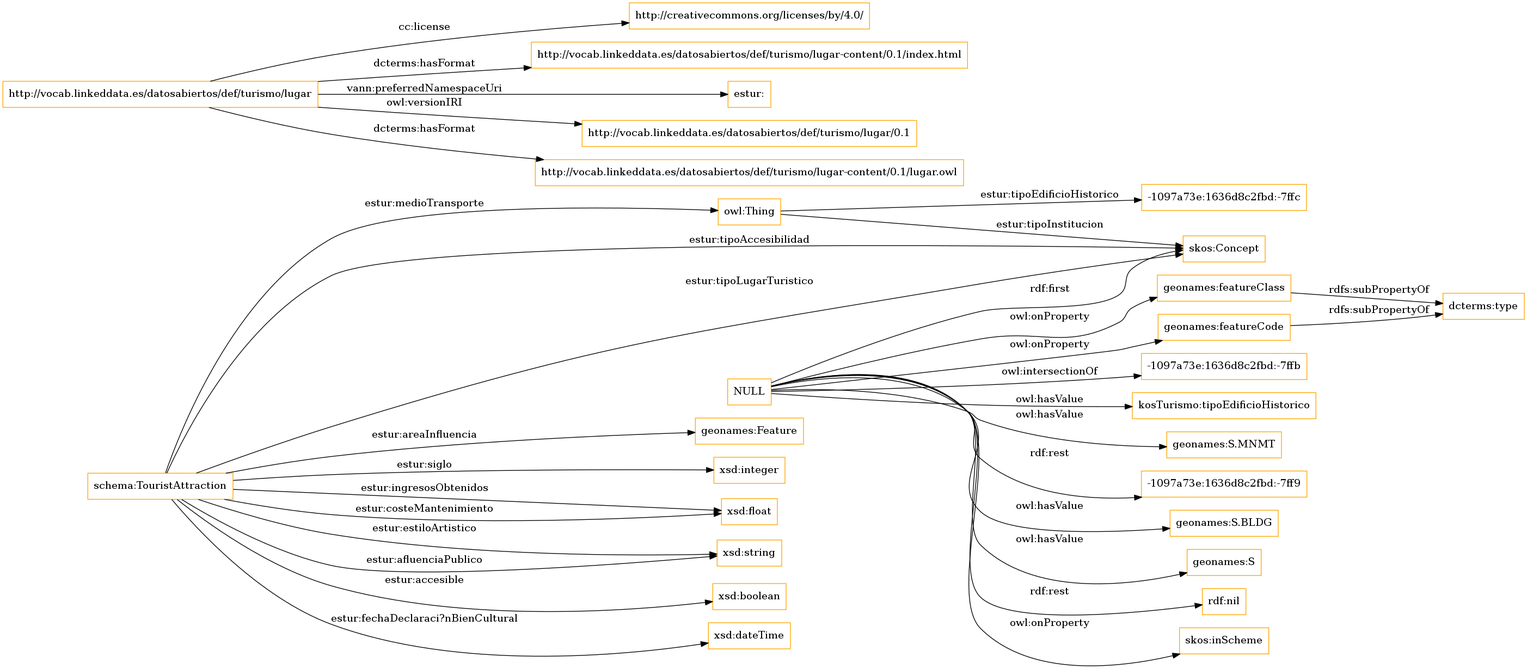
ma-garcia/cultura-ocio-lugares-interes keeps this Graphviz diagram as OnToology/lugar.owl/diagrams/ar2dtool-class/lugar.owl.png. Above is the earlier version. Its source is kept beside it as OnToology/lugar.owl/diagrams/ar2dtool-class/lugar.owl.png.dot.
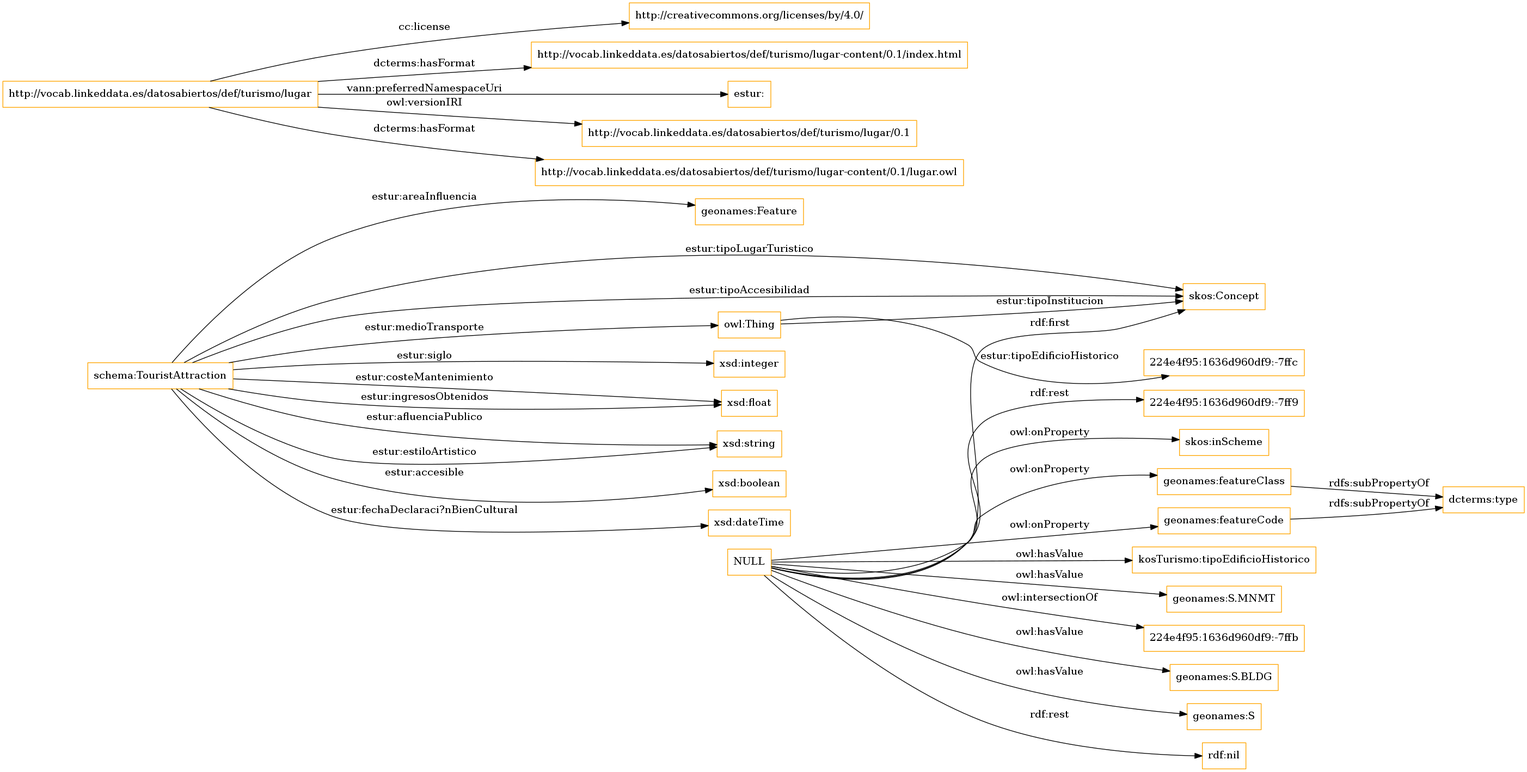
Later version of the same file.

Diff of the diagram source:
```diff
@@ -1,7 +1,7 @@
 digraph ar2dtool_diagram {
 rankdir=LR;
 size="1501"
-node [shape = rectangle, color="orange"]; "-1097a73e:1636d8c2fbd:-7ffc" "geonames:Feature" "schema:TouristAttraction" "skos:Concept" ; /*classes style*/
+node [shape = rectangle, color="orange"]; "geonames:Feature" "schema:TouristAttraction" "skos:Concept" "224e4f95:1636d960df9:-7ffc" ; /*classes style*/
 	"http://vocab.linkeddata.es/datosabiertos/def/turismo/lugar" -> "http://creativecommons.org/licenses/by/4.0/" [ label = "cc:license" ];
 	"http://vocab.linkeddata.es/datosabiertos/def/turismo/lugar" -> "http://vocab.linkeddata.es/datosabiertos/def/turismo/lugar-content/0.1/index.html" [ label = "dcterms:hasFormat" ];
 	"http://vocab.linkeddata.es/datosabiertos/def/turismo/lugar" -> "estur:" [ label = "vann:preferredNamespaceUri" ];
@@ -9,19 +9,19 @@
 	"http://vocab.linkeddata.es/datosabiertos/def/turismo/lugar" -> "http://vocab.linkeddata.es/datosabiertos/def/turismo/lugar-content/0.1/lugar.owl" [ label = "dcterms:hasFormat" ];
 	"geonames:featureClass" -> "dcterms:type" [ label = "rdfs:subPropertyOf" ];
 	"NULL" -> "geonames:featureCode" [ label = "owl:onProperty" ];
-	"NULL" -> "-1097a73e:1636d8c2fbd:-7ffb" [ label = "owl:intersectionOf" ];
 	"NULL" -> "kosTurismo:tipoEdificioHistorico" [ label = "owl:hasValue" ];
 	"NULL" -> "geonames:S.MNMT" [ label = "owl:hasValue" ];
-	"NULL" -> "-1097a73e:1636d8c2fbd:-7ff9" [ label = "rdf:rest" ];
 	"NULL" -> "skos:Concept" [ label = "rdf:first" ];
+	"NULL" -> "224e4f95:1636d960df9:-7ffb" [ label = "owl:intersectionOf" ];
 	"NULL" -> "geonames:S.BLDG" [ label = "owl:hasValue" ];
 	"NULL" -> "geonames:S" [ label = "owl:hasValue" ];
 	"NULL" -> "rdf:nil" [ label = "rdf:rest" ];
+	"NULL" -> "224e4f95:1636d960df9:-7ff9" [ label = "rdf:rest" ];
 	"NULL" -> "geonames:featureClass" [ label = "owl:onProperty" ];
 	"NULL" -> "skos:inScheme" [ label = "owl:onProperty" ];
 	"geonames:featureCode" -> "dcterms:type" [ label = "rdfs:subPropertyOf" ];
 	"schema:TouristAttraction" -> "owl:Thing" [ label = "estur:medioTransporte" ];
-	"owl:Thing" -> "-1097a73e:1636d8c2fbd:-7ffc" [ label = "estur:tipoEdificioHistorico" ];
+	"owl:Thing" -> "224e4f95:1636d960df9:-7ffc" [ label = "estur:tipoEdificioHistorico" ];
 	"owl:Thing" -> "skos:Concept" [ label = "estur:tipoInstitucion" ];
 	"schema:TouristAttraction" -> "xsd:integer" [ label = "estur:siglo" ];
 	"schema:TouristAttraction" -> "geonames:Feature" [ label = "estur:areaInfluencia" ];
```
